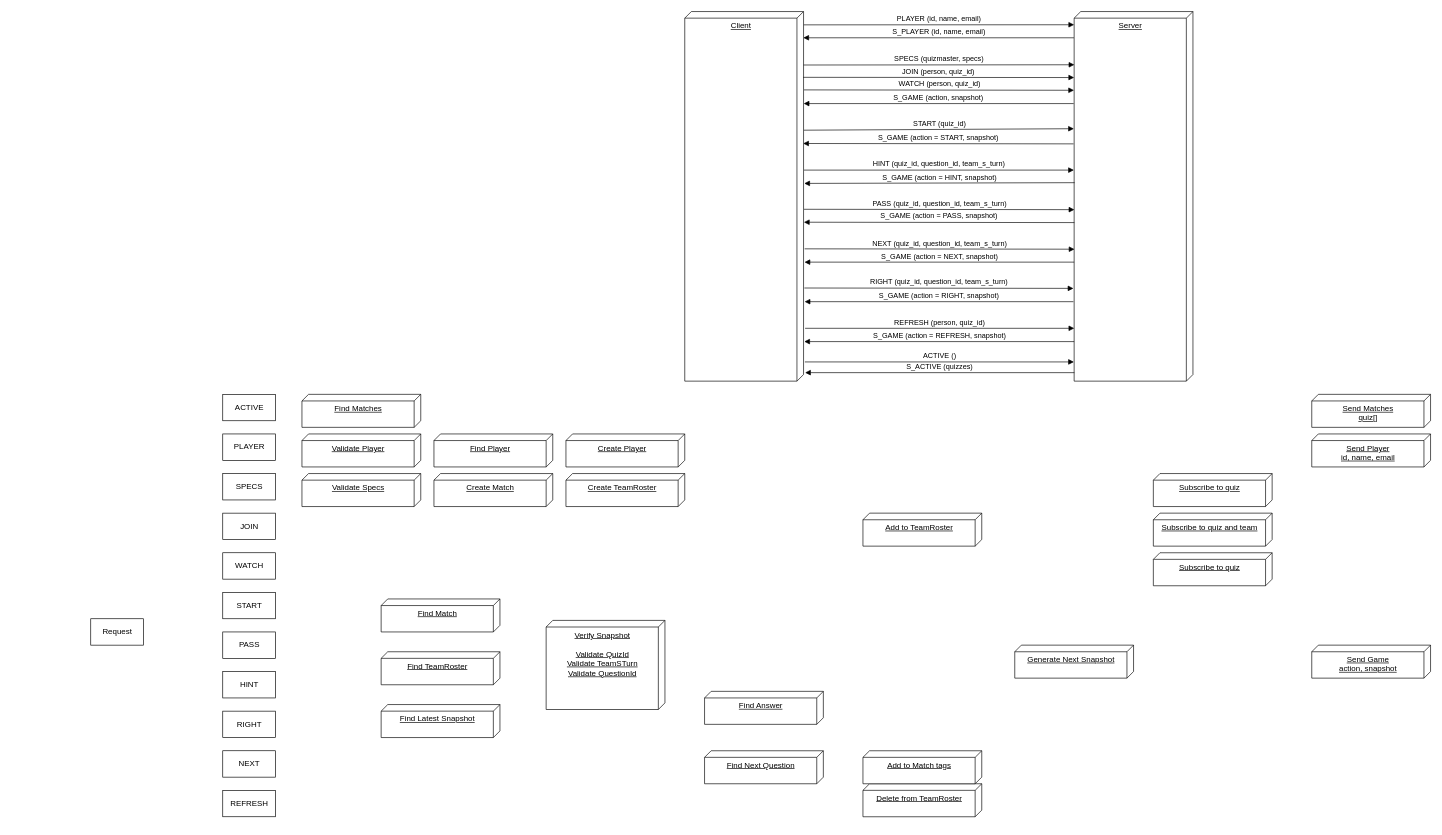
The draw.io diagram server/Binquiz Go API.drawio in atulanand206/find, before the edit. Source tidied: cells renumbered, new cells numbered last; positions are measured from the earlier drawing's top-left corner, leaving out a move shared by most shapes. Both pictures are drawn from the tidied source at 66%, with x=0, y=0 at pixel (90, 11).
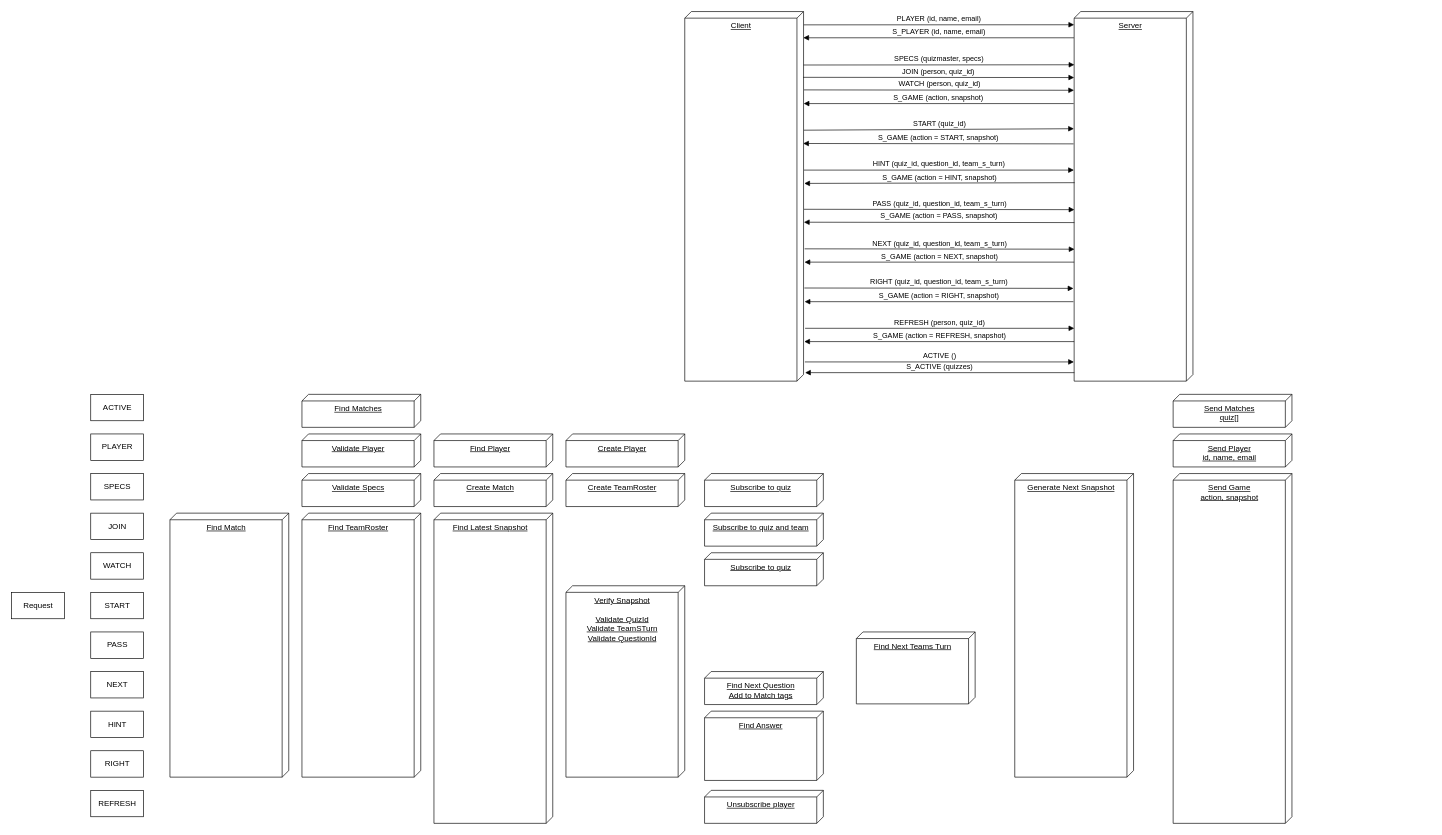
After the change.

Commit message:
Refined flow

The edit, as a diff of the source:
```diff
@@
     <mxCell id="22" value="Send Player&lt;br&gt;id, name, email" style="verticalAlign=top;align=center;spacingTop=8;spacingLeft=2;spacingRight=12;shape=cube;size=10;direction=south;fontStyle=4;html=1;" parent="1" vertex="1">
-      <mxGeometry x="1850" y="640" width="180" height="50" as="geometry" />
+      <mxGeometry x="1640" y="640" width="180" height="50" as="geometry" />
     </mxCell>
     <mxCell id="23" value="Send Game&lt;br&gt;action, snapshot" style="verticalAlign=top;align=center;spacingTop=8;spacingLeft=2;spacingRight=12;shape=cube;size=10;direction=south;fontStyle=4;html=1;" parent="1" vertex="1">
-      <mxGeometry x="1850" y="960" width="180" height="50" as="geometry" />
+      <mxGeometry x="1640" y="700" width="180" height="530" as="geometry" />
     </mxCell>
@@
     <mxCell id="26" value="Request" style="html=1;" parent="1" vertex="1">
-      <mxGeometry y="920" width="80" height="40" as="geometry" />
+      <mxGeometry x="-120" y="880" width="80" height="40" as="geometry" />
     </mxCell>
     <mxCell id="27" value="PLAYER" style="html=1;" parent="1" vertex="1">
-      <mxGeometry x="200" y="640" width="80" height="40" as="geometry" />
+      <mxGeometry y="640" width="80" height="40" as="geometry" />
     </mxCell>
     <mxCell id="28" value="SPECS" style="html=1;" parent="1" vertex="1">
-      <mxGeometry x="200" y="700" width="80" height="40" as="geometry" />
+      <mxGeometry y="700" width="80" height="40" as="geometry" />
     </mxCell>
     <mxCell id="29" value="JOIN" style="html=1;" parent="1" vertex="1">
-      <mxGeometry x="200" y="760" width="80" height="40" as="geometry" />
+      <mxGeometry y="760" width="80" height="40" as="geometry" />
     </mxCell>
     <mxCell id="30" value="WATCH" style="html=1;" parent="1" vertex="1">
-      <mxGeometry x="200" y="820" width="80" height="40" as="geometry" />
+      <mxGeometry y="820" width="80" height="40" as="geometry" />
     </mxCell>
     <mxCell id="31" value="START" style="html=1;" parent="1" vertex="1">
-      <mxGeometry x="200" y="880" width="80" height="40" as="geometry" />
+      <mxGeometry y="880" width="80" height="40" as="geometry" />
     </mxCell>
     <mxCell id="32" value="PASS" style="html=1;" parent="1" vertex="1">
-      <mxGeometry x="200" y="940" width="80" height="40" as="geometry" />
+      <mxGeometry y="940" width="80" height="40" as="geometry" />
     </mxCell>
-    <mxCell id="33" value="HINT" style="html=1;" parent="1" vertex="1">
-      <mxGeometry x="200" y="1000" width="80" height="40" as="geometry" />
+    <mxCell id="33" value="NEXT" style="html=1;" parent="1" vertex="1">
+      <mxGeometry y="1000" width="80" height="40" as="geometry" />
     </mxCell>
-    <mxCell id="34" value="RIGHT" style="html=1;" parent="1" vertex="1">
-      <mxGeometry x="200" y="1060" width="80" height="40" as="geometry" />
+    <mxCell id="34" value="HINT" style="html=1;" parent="1" vertex="1">
+      <mxGeometry y="1060" width="80" height="40" as="geometry" />
     </mxCell>
-    <mxCell id="35" value="NEXT" style="html=1;" parent="1" vertex="1">
-      <mxGeometry x="200" y="1120" width="80" height="40" as="geometry" />
+    <mxCell id="35" value="RIGHT" style="html=1;" parent="1" vertex="1">
+      <mxGeometry y="1120" width="80" height="40" as="geometry" />
     </mxCell>
     <mxCell id="36" value="REFRESH" style="html=1;" parent="1" vertex="1">
-      <mxGeometry x="200" y="1180" width="80" height="40" as="geometry" />
+      <mxGeometry y="1180" width="80" height="40" as="geometry" />
     </mxCell>
@@
     <mxCell id="39" value="Find TeamRoster" style="verticalAlign=top;align=center;spacingTop=8;spacingLeft=2;spacingRight=12;shape=cube;size=10;direction=south;fontStyle=4;html=1;" parent="1" vertex="1">
-      <mxGeometry x="440" y="970" width="180" height="50" as="geometry" />
+      <mxGeometry x="320" y="760" width="180" height="400" as="geometry" />
     </mxCell>
-    <mxCell id="40" value="Add to TeamRoster" style="verticalAlign=top;align=center;spacingTop=8;spacingLeft=2;spacingRight=12;shape=cube;size=10;direction=south;fontStyle=4;html=1;" parent="1" vertex="1">
-      <mxGeometry x="1170" y="760" width="180" height="50" as="geometry" />
-    </mxCell>
-    <mxCell id="41" value="Delete from TeamRoster" style="verticalAlign=top;align=center;spacingTop=8;spacingLeft=2;spacingRight=12;shape=cube;size=10;direction=south;fontStyle=4;html=1;" parent="1" vertex="1">
-      <mxGeometry x="1170" y="1170" width="180" height="50" as="geometry" />
+    <mxCell id="41" value="Unsubscribe player" style="verticalAlign=top;align=center;spacingTop=8;spacingLeft=2;spacingRight=12;shape=cube;size=10;direction=south;fontStyle=4;html=1;" parent="1" vertex="1">
+      <mxGeometry x="930" y="1180" width="180" height="50" as="geometry" />
     </mxCell>
     <mxCell id="42" value="Find Match" style="verticalAlign=top;align=center;spacingTop=8;spacingLeft=2;spacingRight=12;shape=cube;size=10;direction=south;fontStyle=4;html=1;" parent="1" vertex="1">
-      <mxGeometry x="440" y="890" width="180" height="50" as="geometry" />
+      <mxGeometry x="120" y="760" width="180" height="400" as="geometry" />
     </mxCell>
     <mxCell id="43" value="Find Latest Snapshot" style="verticalAlign=top;align=center;spacingTop=8;spacingLeft=2;spacingRight=12;shape=cube;size=10;direction=south;fontStyle=4;html=1;" parent="1" vertex="1">
-      <mxGeometry x="440" y="1050" width="180" height="50" as="geometry" />
+      <mxGeometry x="520" y="760" width="180" height="470" as="geometry" />
     </mxCell>
@@
     <mxCell id="45" value="Verify Snapshot&lt;br&gt;&lt;br&gt;Validate QuizId&lt;br&gt;Validate TeamSTurn&lt;br&gt;Validate QuestionId" style="verticalAlign=top;align=center;spacingTop=8;spacingLeft=2;spacingRight=12;shape=cube;size=10;direction=south;fontStyle=4;html=1;" parent="1" vertex="1">
-      <mxGeometry x="690" y="922.5" width="180" height="135" as="geometry" />
+      <mxGeometry x="720" y="870" width="180" height="290" as="geometry" />
     </mxCell>
-    <mxCell id="46" value="Add to Match tags" style="verticalAlign=top;align=center;spacingTop=8;spacingLeft=2;spacingRight=12;shape=cube;size=10;direction=south;fontStyle=4;html=1;" parent="1" vertex="1">
-      <mxGeometry x="1170" y="1120" width="180" height="50" as="geometry" />
+    <mxCell id="46" value="Find Next Question &lt;br&gt;Add to Match tags" style="verticalAlign=top;align=center;spacingTop=8;spacingLeft=2;spacingRight=12;shape=cube;size=10;direction=south;fontStyle=4;html=1;" parent="1" vertex="1">
+      <mxGeometry x="930" y="1000" width="180" height="50" as="geometry" />
     </mxCell>
     <mxCell id="47" value="Generate Next Snapshot" style="verticalAlign=top;align=center;spacingTop=8;spacingLeft=2;spacingRight=12;shape=cube;size=10;direction=south;fontStyle=4;html=1;" parent="1" vertex="1">
-      <mxGeometry x="1400" y="960" width="180" height="50" as="geometry" />
+      <mxGeometry x="1400" y="700" width="180" height="460" as="geometry" />
     </mxCell>
-    <mxCell id="48" value="Find Next Question" style="verticalAlign=top;align=center;spacingTop=8;spacingLeft=2;spacingRight=12;shape=cube;size=10;direction=south;fontStyle=4;html=1;" parent="1" vertex="1">
-      <mxGeometry x="930" y="1120" width="180" height="50" as="geometry" />
-    </mxCell>
     <mxCell id="49" value="Find Answer" style="verticalAlign=top;align=center;spacingTop=8;spacingLeft=2;spacingRight=12;shape=cube;size=10;direction=south;fontStyle=4;html=1;" parent="1" vertex="1">
-      <mxGeometry x="930" y="1030" width="180" height="50" as="geometry" />
+      <mxGeometry x="930" y="1060" width="180" height="105" as="geometry" />
     </mxCell>
     <mxCell id="50" value="ACTIVE" style="html=1;" parent="1" vertex="1">
-      <mxGeometry x="200" y="580" width="80" height="40" as="geometry" />
+      <mxGeometry y="580" width="80" height="40" as="geometry" />
     </mxCell>
@@
     <mxCell id="52" value="Send Matches&lt;br&gt;quiz[]" style="verticalAlign=top;align=center;spacingTop=8;spacingLeft=2;spacingRight=12;shape=cube;size=10;direction=south;fontStyle=4;html=1;" parent="1" vertex="1">
-      <mxGeometry x="1850" y="580" width="180" height="50" as="geometry" />
+      <mxGeometry x="1640" y="580" width="180" height="50" as="geometry" />
     </mxCell>
@@
     <mxCell id="56" value="Subscribe to quiz and team" style="verticalAlign=top;align=center;spacingTop=8;spacingLeft=2;spacingRight=12;shape=cube;size=10;direction=south;fontStyle=4;html=1;" parent="1" vertex="1">
-      <mxGeometry x="1610" y="760" width="180" height="50" as="geometry" />
+      <mxGeometry x="930" y="760" width="180" height="50" as="geometry" />
     </mxCell>
     <mxCell id="57" value="Subscribe to quiz" style="verticalAlign=top;align=center;spacingTop=8;spacingLeft=2;spacingRight=12;shape=cube;size=10;direction=south;fontStyle=4;html=1;" parent="1" vertex="1">
-      <mxGeometry x="1610" y="820" width="180" height="50" as="geometry" />
+      <mxGeometry x="930" y="820" width="180" height="50" as="geometry" />
     </mxCell>
     <mxCell id="58" value="Subscribe to quiz" style="verticalAlign=top;align=center;spacingTop=8;spacingLeft=2;spacingRight=12;shape=cube;size=10;direction=south;fontStyle=4;html=1;" parent="1" vertex="1">
-      <mxGeometry x="1610" y="700" width="180" height="50" as="geometry" />
+      <mxGeometry x="930" y="700" width="180" height="50" as="geometry" />
     </mxCell>
+    <mxCell id="59" value="Find Next Teams Turn" style="verticalAlign=top;align=center;spacingTop=8;spacingLeft=2;spacingRight=12;shape=cube;size=10;direction=south;fontStyle=4;html=1;" parent="1" vertex="1">
+      <mxGeometry x="1160" y="940" width="180" height="109" as="geometry" />
+    </mxCell>
```
